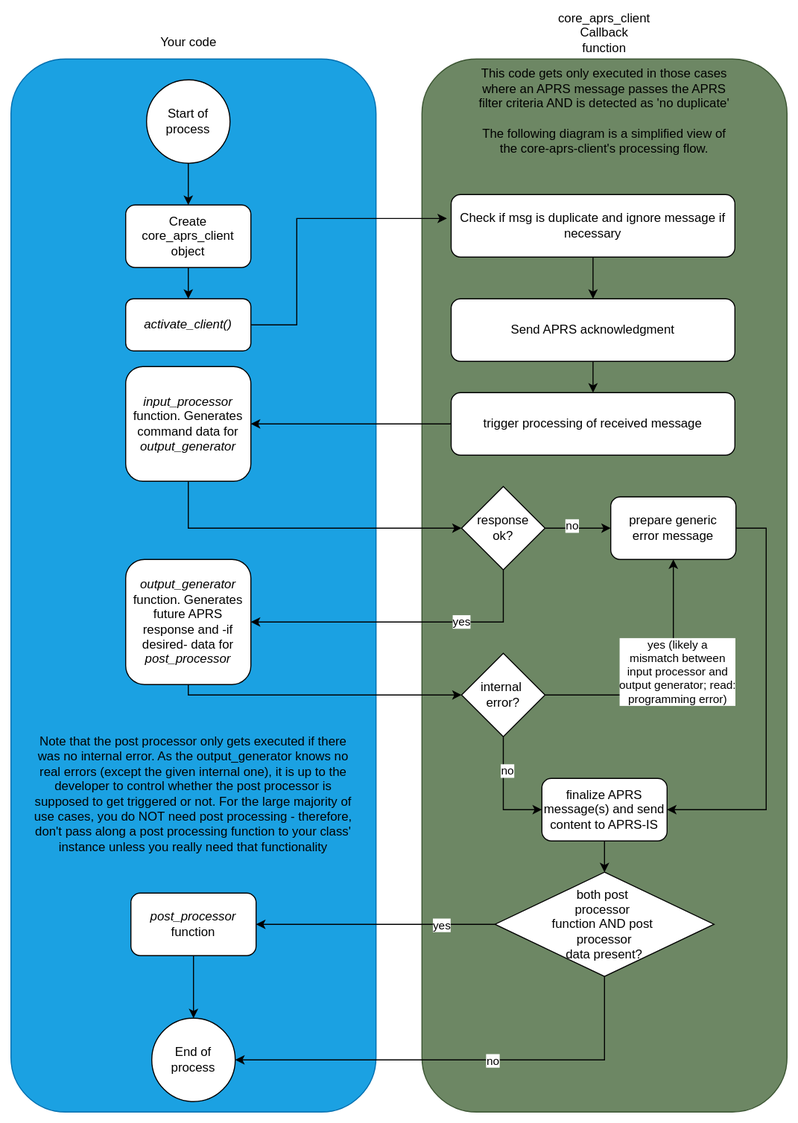
Before: img/file_structure.svg, a diagram exported from draw.io (joergschultzelutter/core-aprs-client). Source tidied: cells renumbered, new cells last; positions are measured from the earlier drawing's top-left corner, leaving out a move shared by most shapes.
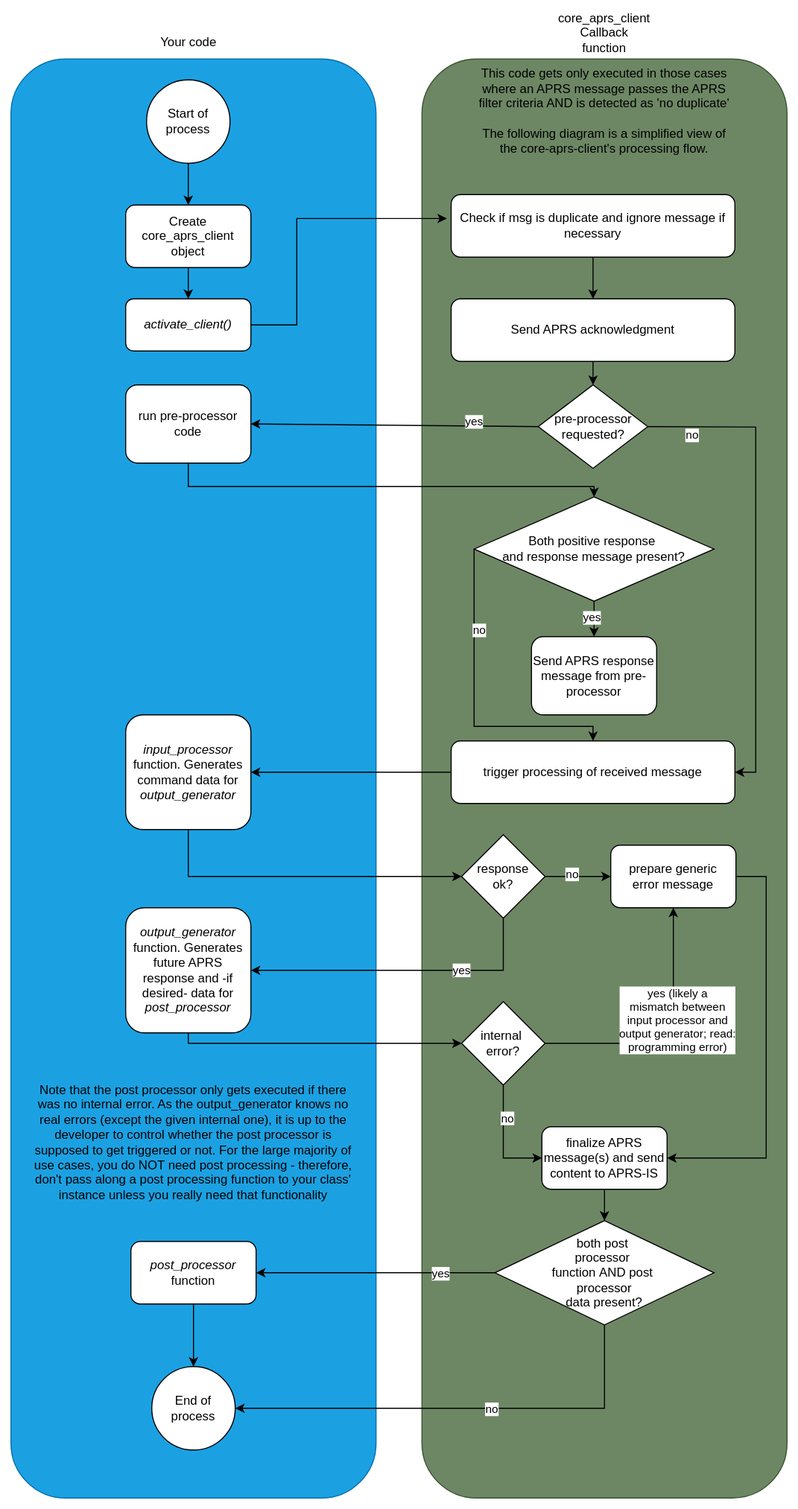
The same diagram one commit later.

Diff of the diagram source:
```diff
@@ -3,22 +3,22 @@
     <mxCell id="0" />
     <mxCell id="1" parent="0" />
     <mxCell id="2" style="rounded=1;whiteSpace=wrap;html=1;fillColor=#1ba1e2;fontColor=#ffffff;strokeColor=#006EAF;" parent="1" vertex="1">
-      <mxGeometry y="40" width="350" height="1010" as="geometry" />
+      <mxGeometry y="-294" width="350" height="1380" as="geometry" />
     </mxCell>
     <mxCell id="3" value="Your code" style="text;html=1;align=center;verticalAlign=middle;strokeColor=none;fillColor=none;" parent="1" vertex="1">
-      <mxGeometry x="130" y="9" width="80" height="30" as="geometry" />
+      <mxGeometry x="130" y="-325" width="80" height="30" as="geometry" />
     </mxCell>
     <mxCell id="4" style="rounded=1;whiteSpace=wrap;html=1;fillColor=#6d8764;fontColor=#ffffff;strokeColor=#3A5431;" parent="1" vertex="1">
-      <mxGeometry x="394" y="40" width="350" height="1010" as="geometry" />
+      <mxGeometry x="394" y="-294" width="350" height="1380" as="geometry" />
     </mxCell>
     <mxCell id="5" value="core_aprs_client&lt;div&gt;Callback function&lt;/div&gt;" style="text;html=1;align=center;verticalAlign=middle;whiteSpace=wrap;rounded=0;" parent="1" vertex="1">
-      <mxGeometry x="539" width="60" height="30" as="geometry" />
+      <mxGeometry x="539" y="-334" width="60" height="30" as="geometry" />
     </mxCell>
     <mxCell id="6" value="Create&lt;div&gt;core_aprs_client&lt;/div&gt;&lt;div&gt;object&lt;/div&gt;" style="rounded=1;whiteSpace=wrap;html=1;" parent="1" vertex="1">
-      <mxGeometry x="110" y="180" width="120" height="60" as="geometry" />
+      <mxGeometry x="110" y="-154" width="120" height="60" as="geometry" />
     </mxCell>
     <mxCell id="7" value="&lt;i&gt;activate_client()&lt;/i&gt;" style="rounded=1;whiteSpace=wrap;html=1;" parent="1" vertex="1">
-      <mxGeometry x="110" y="270" width="120" height="50" as="geometry" />
+      <mxGeometry x="110" y="-64" width="120" height="50" as="geometry" />
     </mxCell>
     <mxCell id="8" value="&lt;i&gt;input_processor&lt;/i&gt;&lt;div&gt;function. Generates command data for &lt;i&gt;output_generator&lt;/i&gt;&lt;/div&gt;" style="rounded=1;whiteSpace=wrap;html=1;" parent="1" vertex="1">
       <mxGeometry x="110" y="335" width="120" height="110" as="geometry" />
@@ -123,7 +123,7 @@
       <mxGeometry x="135" y="960" width="80" height="80" as="geometry" />
     </mxCell>
     <mxCell id="32" value="Start of process" style="ellipse;whiteSpace=wrap;html=1;" parent="1" vertex="1">
-      <mxGeometry x="130" y="60" width="80" height="80" as="geometry" />
+      <mxGeometry x="130" y="-274" width="80" height="80" as="geometry" />
     </mxCell>
     <mxCell id="33" style="endArrow=classic;html=1;rounded=0;entryX=0.5;entryY=0;entryDx=0;entryDy=0;exitX=0.5;exitY=1;exitDx=0;exitDy=0;" parent="1" edge="1" source="32" target="6">
       <mxGeometry relative="1" as="geometry" />
@@ -148,30 +148,88 @@
       <mxGeometry relative="1" as="geometry" />
     </mxCell>
     <mxCell id="39" value="This code gets only executed in those cases&lt;div&gt;where an APRS message passes the APRS&lt;/div&gt;&lt;div&gt;filter criteria AND is detected as 'no duplicate'&lt;/div&gt;&lt;div&gt;&lt;br&gt;&lt;/div&gt;&lt;div&gt;The following diagram is a simplified view of the core-aprs-client's processing flow.&lt;/div&gt;" style="text;html=1;align=center;verticalAlign=middle;whiteSpace=wrap;rounded=0;" parent="1" vertex="1">
-      <mxGeometry x="444" y="60" width="250" height="60" as="geometry" />
+      <mxGeometry x="444" y="-274" width="250" height="60" as="geometry" />
     </mxCell>
     <mxCell id="40" value="Check if msg is duplicate and ignore message if necessary" style="rounded=1;whiteSpace=wrap;html=1;" parent="1" vertex="1">
-      <mxGeometry x="422" y="170" width="272" height="60" as="geometry" />
+      <mxGeometry x="422" y="-164" width="272" height="60" as="geometry" />
     </mxCell>
     <mxCell id="41" value="Send APRS acknowledgment" style="rounded=1;whiteSpace=wrap;html=1;" parent="1" vertex="1">
-      <mxGeometry x="422" y="270" width="272" height="60" as="geometry" />
+      <mxGeometry x="422" y="-64" width="272" height="60" as="geometry" />
     </mxCell>
     <mxCell id="42" style="endArrow=classic;html=1;rounded=0;entryX=-0.015;entryY=0.383;entryDx=0;entryDy=0;exitX=1;exitY=0.5;exitDx=0;exitDy=0;entryPerimeter=0;" parent="1" edge="1" source="7" target="40">
       <mxGeometry relative="1" as="geometry">
         <Array as="points">
-          <mxPoint x="274" y="295" />
-          <mxPoint x="274" y="193" />
+          <mxPoint x="274" y="-39" />
+          <mxPoint x="274" y="-141" />
         </Array>
       </mxGeometry>
     </mxCell>
     <mxCell id="43" style="endArrow=classic;html=1;rounded=0;entryX=0.5;entryY=0;entryDx=0;entryDy=0;exitX=0.5;exitY=1;exitDx=0;exitDy=0;" parent="1" edge="1" source="40" target="41">
       <mxGeometry relative="1" as="geometry" />
     </mxCell>
-    <mxCell id="44" style="endArrow=classic;html=1;rounded=0;entryX=0.5;entryY=0;entryDx=0;entryDy=0;exitX=0.5;exitY=1;exitDx=0;exitDy=0;" parent="1" edge="1" source="41" target="10">
-      <mxGeometry relative="1" as="geometry" />
-    </mxCell>
     <mxCell id="45" value="Note that the post processor only gets executed if there was no internal error. As the output_generator knows no real errors (except the given internal one), it is up to the developer to control whether the post processor is supposed to get triggered or not. For the large majority of use cases, you do NOT need post processing - therefore, don't pass along a post processing function to your class' instance unless you really need that functionality" style="text;html=1;align=center;verticalAlign=middle;whiteSpace=wrap;rounded=0;" parent="1" vertex="1">
       <mxGeometry x="15" y="730" width="320" height="30" as="geometry" />
     </mxCell>
+    <mxCell id="46" value="pre-processor&lt;div&gt;requested?&lt;/div&gt;" style="rhombus;whiteSpace=wrap;html=1;" parent="1" vertex="1">
+      <mxGeometry x="505.5" y="18.5" width="105" height="80" as="geometry" />
+    </mxCell>
+    <mxCell id="47" value="run pre-processor code" style="rounded=1;whiteSpace=wrap;html=1;" parent="1" vertex="1">
+      <mxGeometry x="110" y="18.5" width="120" height="75" as="geometry" />
+    </mxCell>
+    <mxCell id="48" style="endArrow=classic;html=1;rounded=0;exitX=0;exitY=0.5;exitDx=0;exitDy=0;entryX=1;entryY=0.5;entryDx=0;entryDy=0;" parent="1" edge="1" source="46" target="47">
+      <mxGeometry relative="1" as="geometry" />
+    </mxCell>
+    <mxCell id="49" value="yes" style="edgeLabel;html=1;align=center;verticalAlign=middle;" parent="48" vertex="1">
+      <mxGeometry x="-0.56" y="-4" relative="1" as="geometry">
+        <mxPoint x="-1" as="offset" />
+      </mxGeometry>
+    </mxCell>
+    <mxCell id="50" style="endArrow=classic;html=1;rounded=0;exitX=0.5;exitY=1;exitDx=0;exitDy=0;entryX=0.5;entryY=0;entryDx=0;entryDy=0;" parent="1" edge="1" source="41" target="46">
+      <mxGeometry relative="1" as="geometry" />
+    </mxCell>
+    <mxCell id="51" style="endArrow=classic;html=1;rounded=0;exitX=1;exitY=0.5;exitDx=0;exitDy=0;entryX=1;entryY=0.5;entryDx=0;entryDy=0;" parent="1" edge="1" source="46" target="10">
+      <mxGeometry relative="1" as="geometry">
+        <Array as="points">
+          <mxPoint x="714" y="59" />
+          <mxPoint x="714" y="390" />
+        </Array>
+      </mxGeometry>
+    </mxCell>
+    <mxCell id="52" value="no" style="edgeLabel;html=1;align=center;verticalAlign=middle;" parent="51" vertex="1">
+      <mxGeometry x="-0.81" y="-8" relative="1" as="geometry">
+        <mxPoint x="-1" as="offset" />
+      </mxGeometry>
+    </mxCell>
+    <mxCell id="53" value="Both positive response&amp;nbsp;&lt;div&gt;and response message present?&lt;/div&gt;" style="rhombus;whiteSpace=wrap;html=1;" parent="1" vertex="1">
+      <mxGeometry x="444" y="126" width="230" height="100" as="geometry" />
+    </mxCell>
+    <mxCell id="54" value="Send APRS response message from pre-processor" style="rounded=1;whiteSpace=wrap;html=1;" parent="1" vertex="1">
+      <mxGeometry x="499" y="260" width="120" height="75" as="geometry" />
+    </mxCell>
+    <mxCell id="55" style="endArrow=classic;html=1;rounded=0;exitX=0.5;exitY=1;exitDx=0;exitDy=0;entryX=0.5;entryY=0;entryDx=0;entryDy=0;" parent="1" edge="1" source="47" target="53">
+      <mxGeometry relative="1" as="geometry">
+        <Array as="points">
+          <mxPoint x="170" y="116" />
+          <mxPoint x="559" y="116" />
+        </Array>
+      </mxGeometry>
+    </mxCell>
+    <mxCell id="56" style="endArrow=classic;html=1;rounded=0;exitX=0.5;exitY=1;exitDx=0;exitDy=0;entryX=0.5;entryY=0;entryDx=0;entryDy=0;" parent="1" edge="1" source="53" target="54">
+      <mxGeometry relative="1" as="geometry" />
+    </mxCell>
+    <mxCell id="57" value="yes" style="edgeLabel;html=1;align=center;verticalAlign=middle;" parent="56" vertex="1">
+      <mxGeometry x="-0.1" y="-3" relative="1" as="geometry" />
+    </mxCell>
+    <mxCell id="58" style="endArrow=classic;html=1;rounded=0;entryX=0.5;entryY=0;entryDx=0;entryDy=0;exitX=0;exitY=0.5;exitDx=0;exitDy=0;" parent="1" edge="1" source="53" target="10">
+      <mxGeometry relative="1" as="geometry">
+        <Array as="points">
+          <mxPoint x="444" y="346" />
+          <mxPoint x="558" y="346" />
+        </Array>
+      </mxGeometry>
+    </mxCell>
+    <mxCell id="59" value="no" style="edgeLabel;html=1;align=center;verticalAlign=middle;" parent="58" vertex="1">
+      <mxGeometry x="-0.48" y="4" relative="1" as="geometry" />
+    </mxCell>
   </root>
 </mxGraphModel>
```
